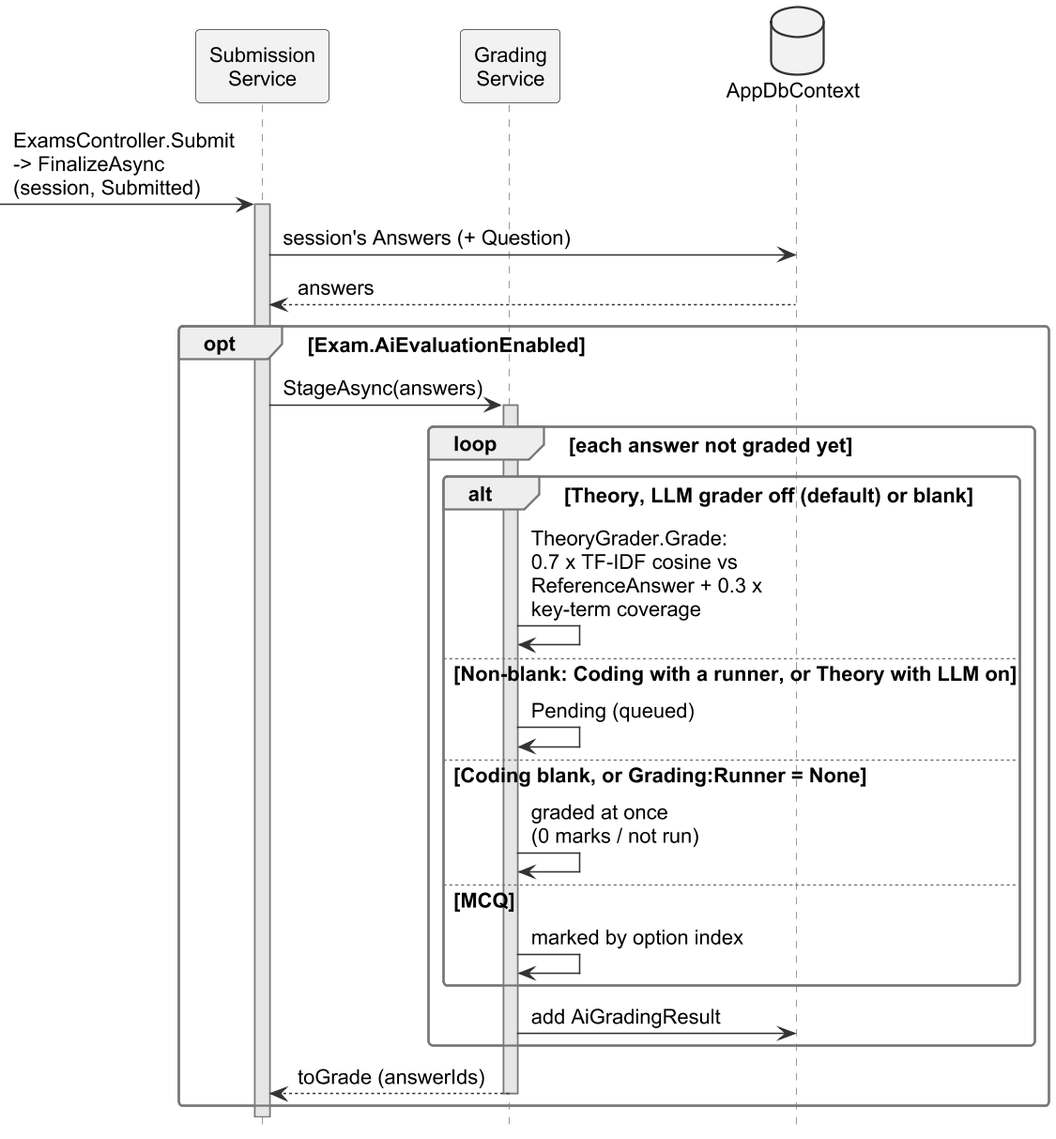
Above: important docs/fyp_doc_3chatp/Figures/seq_ai_plagiarism.png in Haiderali27-hub/AI-Lab-Monitoring- (PlantUML), before the change. Its source is kept beside it as important docs/fyp_doc_3chatp/Figures/src/seq_ai_plagiarism.puml.
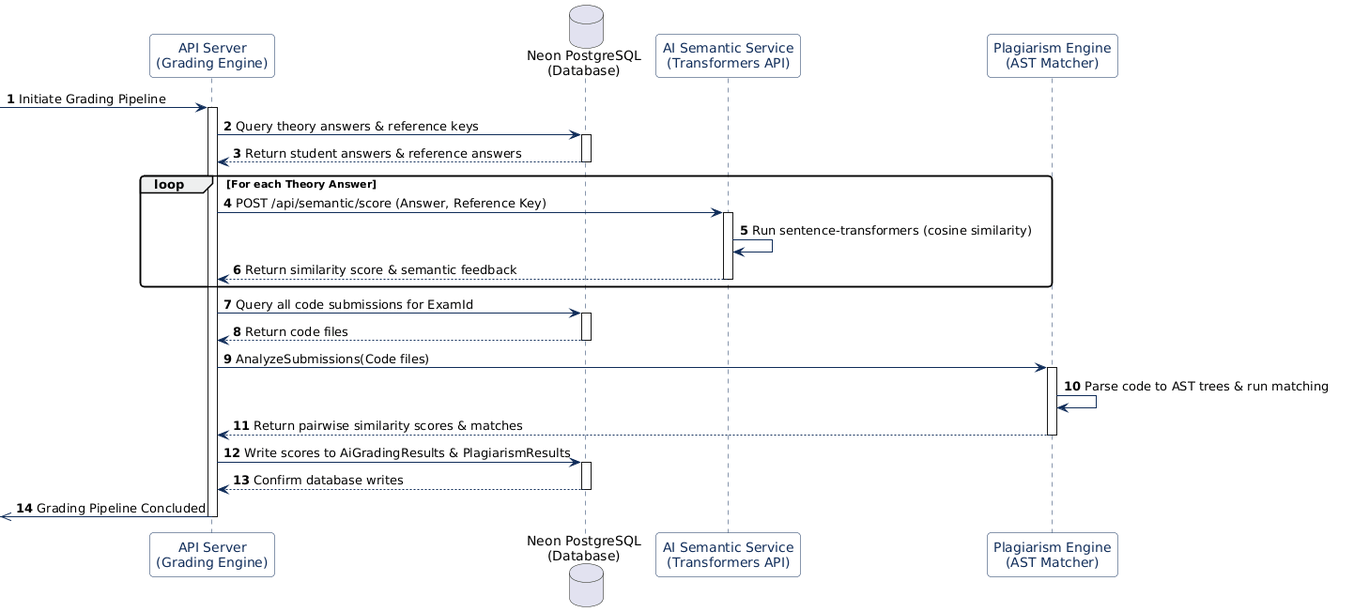
The same file after the commit.

The edit, as a diff of the source:
```diff
@@ -2,10 +2,10 @@
 !include style.iuml
 skinparam defaultFontSize 14
 skinparam ArrowFontSize 14
-skinparam maxMessageSize 200
+skinparam maxMessageSize 220
 hide footbox
 hide unlinked
-skinparam ParticipantPadding 2
+skinparam ParticipantPadding 4
 skinparam BoxPadding 0
 skinparam sequence {
   MessageAlign left
@@ -18,26 +18,26 @@
 participant "Plagiarism\nEngine" as PE
 database "AppDbContext" as DB
 
-[-> SS : ExamsController.Submit\n-> FinalizeAsync\n(session, Submitted)
+[-> SS : student submits exam
 activate SS
-SS -> DB : session's Answers (+ Question)
+SS -> DB : load session's answers
 DB --> SS : answers
-opt Exam.AiEvaluationEnabled
-  SS -> GS : StageAsync(answers)
+opt AI evaluation enabled for the exam
+  SS -> GS : stage answers
   activate GS
   loop each answer not graded yet
-    alt Theory, LLM grader off (default) or blank
-      GS -> GS : TheoryGrader.Grade:\n0.7 x TF-IDF cosine vs\nReferenceAnswer + 0.3 x\nkey-term coverage
-    else Non-blank: Coding with a runner, or Theory with LLM on
-      GS -> GS : Pending (queued)
-    else Coding blank, or Grading:Runner = None
-      GS -> GS : graded at once\n(0 marks / not run)
+    alt theory with LLM grader off,\nor blank theory answer
+      GS -> GS : TF-IDF theory\ngrader
+    else coding with a runner,\nor theory with LLM on
+      GS -> GS : queue (Pending)
+    else blank coding answer,\nor no runner set
+      GS -> GS : grade at once\n(0 / not run)
     else MCQ
-      GS -> GS : marked by option index
+      GS -> GS : mark by\nchosen option
     end
-    GS -> DB : add AiGradingResult
+    GS -> DB : add grading result
   end
-  GS --> SS : toGrade (answerIds)
+  GS --> SS : answers to queue
   deactivate GS
 end
 @enduml
```
